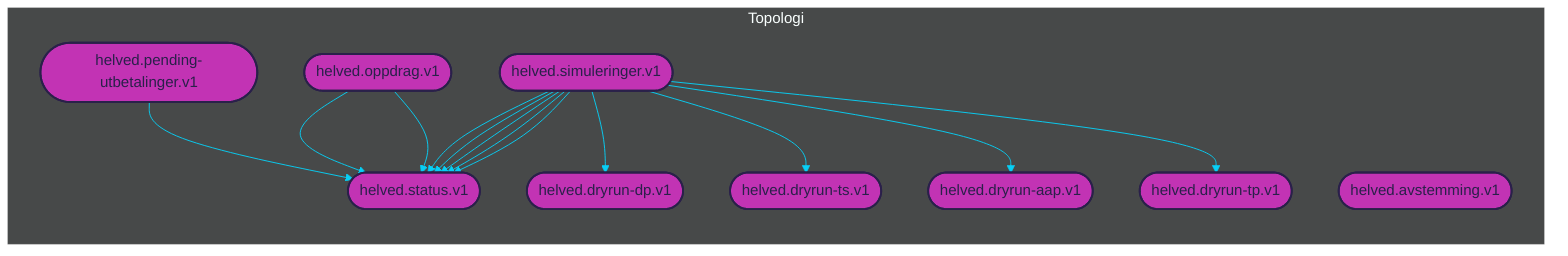
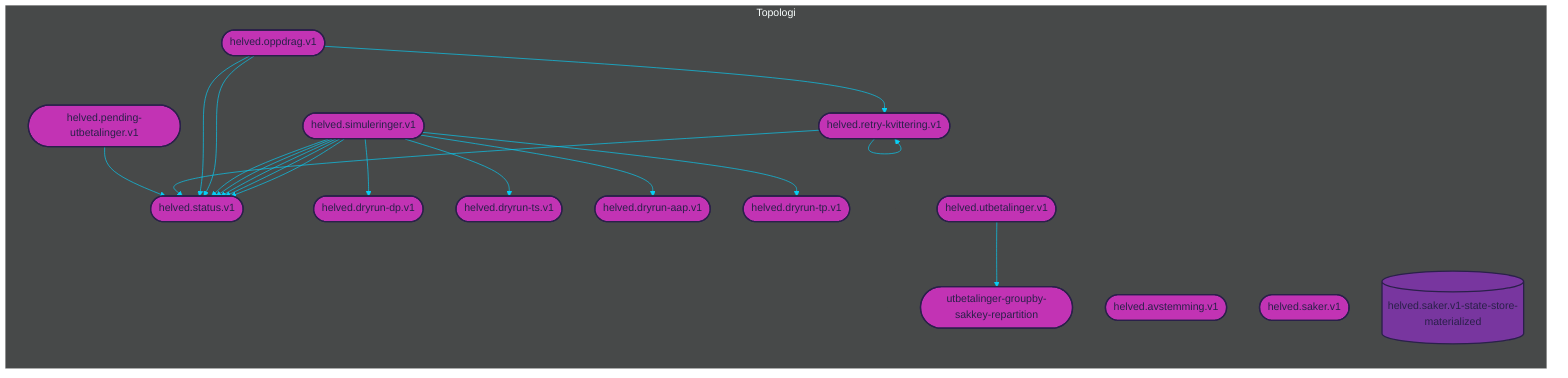

%%{init: {'theme': 'dark', 'themeVariables': { 'primaryColor': '#07cff6', 'textColor': '#dad9e0', 'lineColor': '#07cff6'}}}%%

graph LR

subgraph Topologi
    %% TOPICS
    helved.simuleringer.v1([helved.simuleringer.v1])
	helved.dryrun-aap.v1([helved.dryrun-aap.v1])
	helved.status.v1([helved.status.v1])
	helved.dryrun-dp.v1([helved.dryrun-dp.v1])
	helved.dryrun-ts.v1([helved.dryrun-ts.v1])
	helved.dryrun-tp.v1([helved.dryrun-tp.v1])
	helved.oppdrag.v1([helved.oppdrag.v1])
+ 	helved.retry-kvittering.v1([helved.retry-kvittering.v1])
	helved.pending-utbetalinger.v1([helved.pending-utbetalinger.v1])
	helved.avstemming.v1([helved.avstemming.v1])
+ 	helved.utbetalinger.v1([helved.utbetalinger.v1])
+ 	utbetalinger-groupby-sakkey-repartition([utbetalinger-groupby-sakkey-repartition])
+ 	helved.saker.v1([helved.saker.v1])

    %% JOINS


    %% STATE PROCESSORS


    %% STATE STORES
- 
+     helved.saker.v1-state-store-materialized[(helved.saker.v1-state-store-materialized)]

    %% DATABASES



    %% PROCESSOR API JOBS


    %% JOIN STREAMS


    %% TABLE STREAMS


    %% JOB STREAMS


    %% BRANCH STREAMS


    %% REPARTITION STREAMS


    %% BASIC STREAMS
    helved.simuleringer.v1 --> helved.status.v1
	helved.simuleringer.v1 --> helved.dryrun-dp.v1
	helved.simuleringer.v1 --> helved.dryrun-ts.v1
	helved.simuleringer.v1 --> helved.status.v1
	helved.simuleringer.v1 --> helved.status.v1
	helved.simuleringer.v1 --> helved.dryrun-aap.v1
	helved.simuleringer.v1 --> helved.status.v1
	helved.simuleringer.v1 --> helved.dryrun-tp.v1
	helved.simuleringer.v1 --> helved.status.v1
+ 	helved.oppdrag.v1 --> helved.retry-kvittering.v1
	helved.oppdrag.v1 --> helved.status.v1
	helved.oppdrag.v1 --> helved.status.v1
+ 	helved.retry-kvittering.v1 --> helved.retry-kvittering.v1
+ 	helved.retry-kvittering.v1 --> helved.status.v1
	helved.pending-utbetalinger.v1 --> helved.status.v1
+ 	helved.utbetalinger.v1 --> utbetalinger-groupby-sakkey-repartition

    %% CUSTOM PROCESS STREAMS

end

%% COLORS
%% light    #dad9e0
%% purple   #78369f
%% pink     #c233b4
%% dark     #2a204a
%% blue     #07cff6

%% STYLES
style helved.simuleringer.v1 fill:#c233b4, stroke:#2a204a, stroke-width:2px, color:#2a204a
style helved.dryrun-aap.v1 fill:#c233b4, stroke:#2a204a, stroke-width:2px, color:#2a204a
style helved.status.v1 fill:#c233b4, stroke:#2a204a, stroke-width:2px, color:#2a204a
style helved.dryrun-dp.v1 fill:#c233b4, stroke:#2a204a, stroke-width:2px, color:#2a204a
style helved.dryrun-ts.v1 fill:#c233b4, stroke:#2a204a, stroke-width:2px, color:#2a204a
style helved.dryrun-tp.v1 fill:#c233b4, stroke:#2a204a, stroke-width:2px, color:#2a204a
style helved.oppdrag.v1 fill:#c233b4, stroke:#2a204a, stroke-width:2px, color:#2a204a
+ style helved.retry-kvittering.v1 fill:#c233b4, stroke:#2a204a, stroke-width:2px, color:#2a204a
style helved.pending-utbetalinger.v1 fill:#c233b4, stroke:#2a204a, stroke-width:2px, color:#2a204a
style helved.avstemming.v1 fill:#c233b4, stroke:#2a204a, stroke-width:2px, color:#2a204a
+ style helved.utbetalinger.v1 fill:#c233b4, stroke:#2a204a, stroke-width:2px, color:#2a204a
+ style utbetalinger-groupby-sakkey-repartition fill:#c233b4, stroke:#2a204a, stroke-width:2px, color:#2a204a
+ style helved.saker.v1 fill:#c233b4, stroke:#2a204a, stroke-width:2px, color:#2a204a
+ style helved.saker.v1-state-store-materialized fill:#78369f, stroke:#2a204a, stroke-width:2px, color:#2a204a

